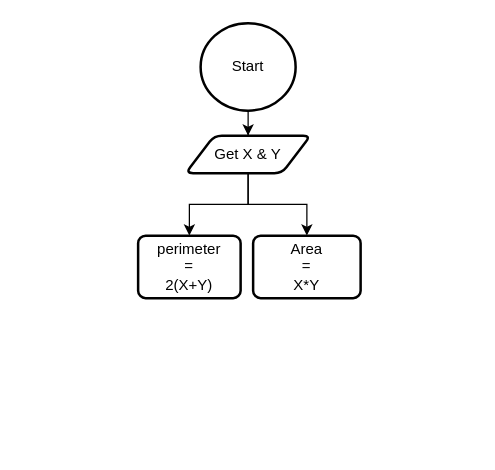
Above: Untitled Diagram.drawio in Knightsepehr/flowchartz (draw.io), before the change. Source tidied: cells renumbered, new cells numbered last; positions are measured from the earlier drawing's top-left corner, leaving out a move shared by most shapes. Both pictures are drawn from the tidied source at 125%, with x=0, y=0 at pixel (138, 22).
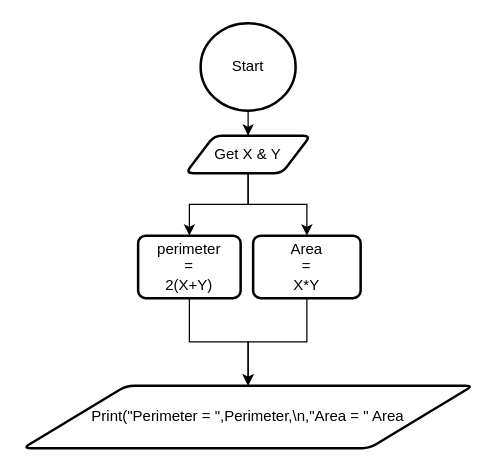
The same diagram, later.

Change to the diagram source:
```diff
@@
 <mxGraphModel>
   <root>
     <mxCell id="0" />
     <mxCell id="1" parent="0" />
     <mxCell id="2" style="edgeStyle=orthogonalEdgeStyle;rounded=0;jettySize=auto;html=1;" parent="1" edge="1" source="3" target="6">
       <mxGeometry relative="1" as="geometry" />
     </mxCell>
     <mxCell id="3" value="Start" style="strokeWidth=2;html=1;shape=mxgraph.flowchart.start_2;whiteSpace=wrap;" parent="1" vertex="1">
       <mxGeometry x="50" width="76" height="70" as="geometry" />
     </mxCell>
     <mxCell id="4" style="edgeStyle=orthogonalEdgeStyle;rounded=0;jettySize=auto;html=1;" parent="1" edge="1" source="6" target="7">
       <mxGeometry relative="1" as="geometry" />
     </mxCell>
     <mxCell id="5" style="edgeStyle=orthogonalEdgeStyle;rounded=0;jettySize=auto;html=1;" parent="1" edge="1" source="6" target="8">
       <mxGeometry relative="1" as="geometry" />
     </mxCell>
     <mxCell id="6" value="&lt;span&gt;Get X &amp;amp; Y&lt;/span&gt;" style="shape=parallelogram;html=1;strokeWidth=2;perimeter=parallelogramPerimeter;whiteSpace=wrap;rounded=1;arcSize=12;size=0.23;" parent="1" vertex="1">
       <mxGeometry x="38" y="90" width="100" height="30" as="geometry" />
     </mxCell>
+    <mxCell id="9" style="edgeStyle=orthogonalEdgeStyle;rounded=0;jettySize=auto;html=1;" parent="1" edge="1" source="7" target="11">
+      <mxGeometry relative="1" as="geometry" />
+    </mxCell>
     <mxCell id="7" value="perimeter&lt;br&gt;=&lt;br&gt;2(X+Y)" style="whiteSpace=wrap;html=1;rounded=1;strokeWidth=2;arcSize=12;" parent="1" vertex="1">
       <mxGeometry y="170" width="82" height="50" as="geometry" />
     </mxCell>
+    <mxCell id="10" style="edgeStyle=orthogonalEdgeStyle;rounded=0;jettySize=auto;html=1;" parent="1" edge="1" source="8" target="11">
+      <mxGeometry relative="1" as="geometry" />
+    </mxCell>
     <mxCell id="8" value="Area&lt;br&gt;=&lt;br&gt;X*Y" style="whiteSpace=wrap;html=1;rounded=1;strokeWidth=2;arcSize=12;" parent="1" vertex="1">
       <mxGeometry x="92" y="170" width="86" height="50" as="geometry" />
     </mxCell>
+    <mxCell id="11" value="Print(&quot;Perimeter = &quot;,Perimeter,\n,&quot;Area = &quot; Area" style="shape=parallelogram;html=1;strokeWidth=2;perimeter=parallelogramPerimeter;whiteSpace=wrap;rounded=1;arcSize=12;size=0.23;" parent="1" vertex="1">
+      <mxGeometry x="-92" y="290" width="360" height="50" as="geometry" />
+    </mxCell>
   </root>
 </mxGraphModel>
```
